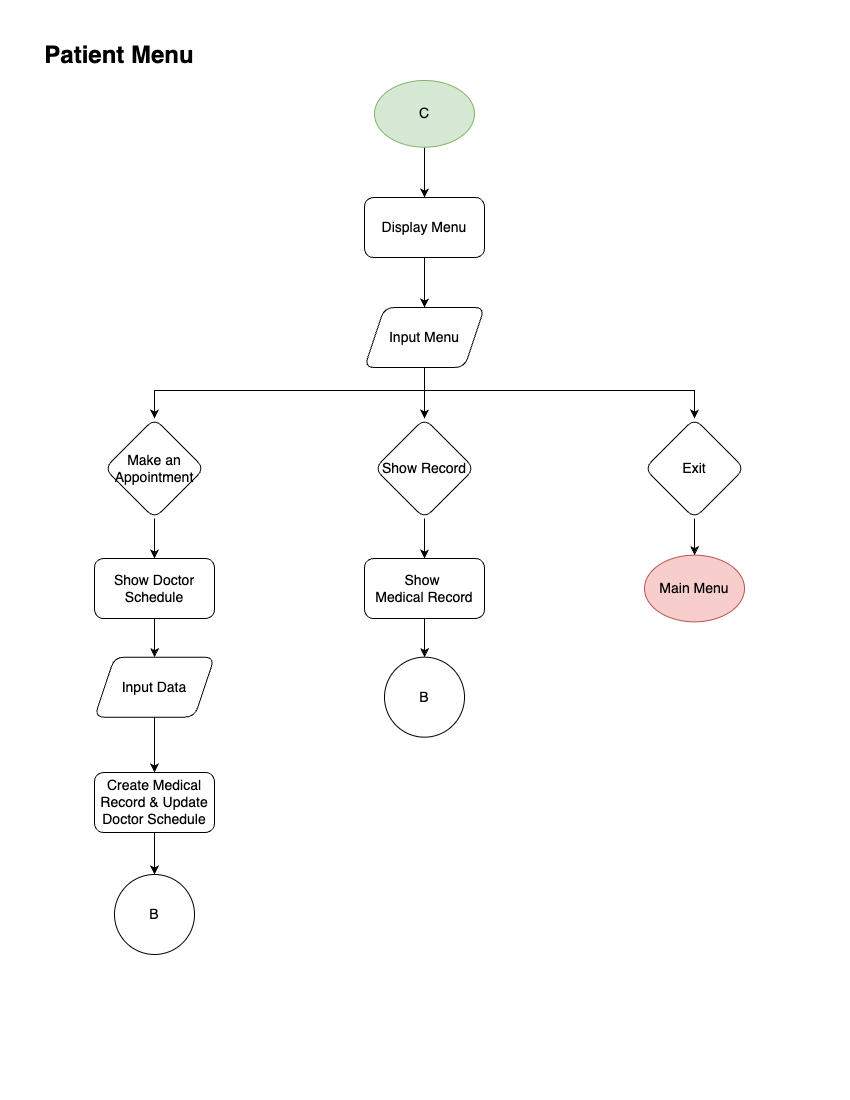
Above: Flowchart/Patient Menu.png in BrillianAK/Capstone-Project-1 (draw.io), before the change. Source tidied: cells renumbered, new cells last; positions are measured from the earlier drawing's top-left corner, leaving out a move shared by most shapes.
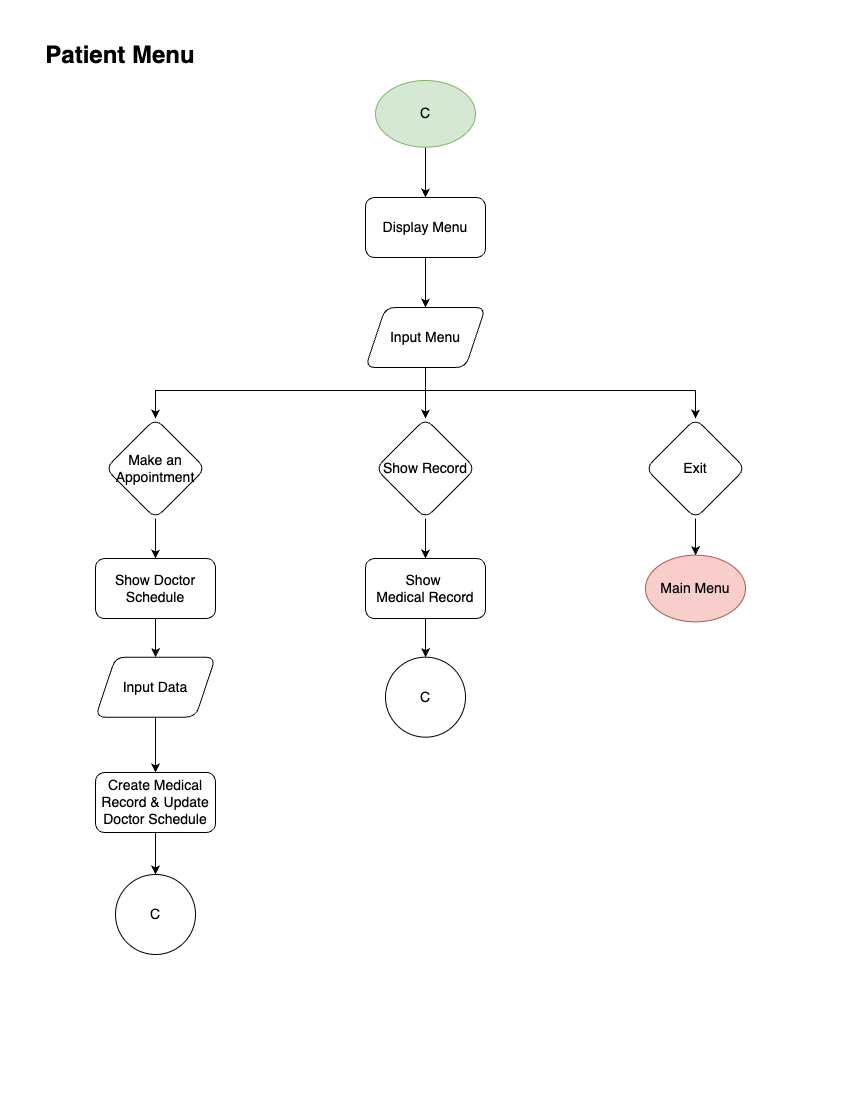
Later version of the same file.

Commit message:
fixing patient flowchart

The edit, as a diff of the source:
```diff
@@ -66,10 +66,10 @@
     <mxCell id="19" value="Show Doctor Schedule" style="rounded=1;whiteSpace=wrap;html=1;fontSize=14;" parent="1" vertex="1">
       <mxGeometry x="55" y="518" width="120" height="60" as="geometry" />
     </mxCell>
-    <mxCell id="20" value="B" style="ellipse;whiteSpace=wrap;html=1;fontSize=14;" parent="1" vertex="1">
+    <mxCell id="20" value="C" style="ellipse;whiteSpace=wrap;html=1;fontSize=14;" parent="1" vertex="1">
       <mxGeometry x="75" y="834" width="80" height="80" as="geometry" />
     </mxCell>
-    <mxCell id="21" value="B" style="ellipse;whiteSpace=wrap;html=1;fontSize=14;" parent="1" vertex="1">
+    <mxCell id="21" value="C" style="ellipse;whiteSpace=wrap;html=1;fontSize=14;" parent="1" vertex="1">
       <mxGeometry x="345" y="616.7" width="80" height="80" as="geometry" />
     </mxCell>
     <mxCell id="22" style="edgeStyle=orthogonalEdgeStyle;rounded=0;jettySize=auto;html=1;entryX=0.5;entryY=0;entryDx=0;entryDy=0;" parent="1" edge="1" source="23">
```
